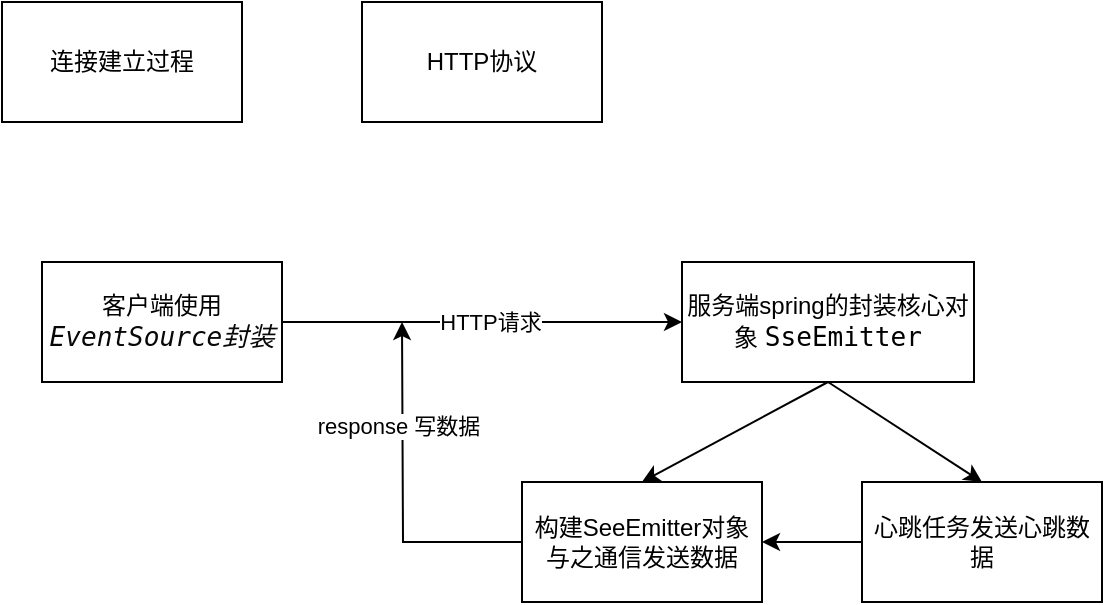
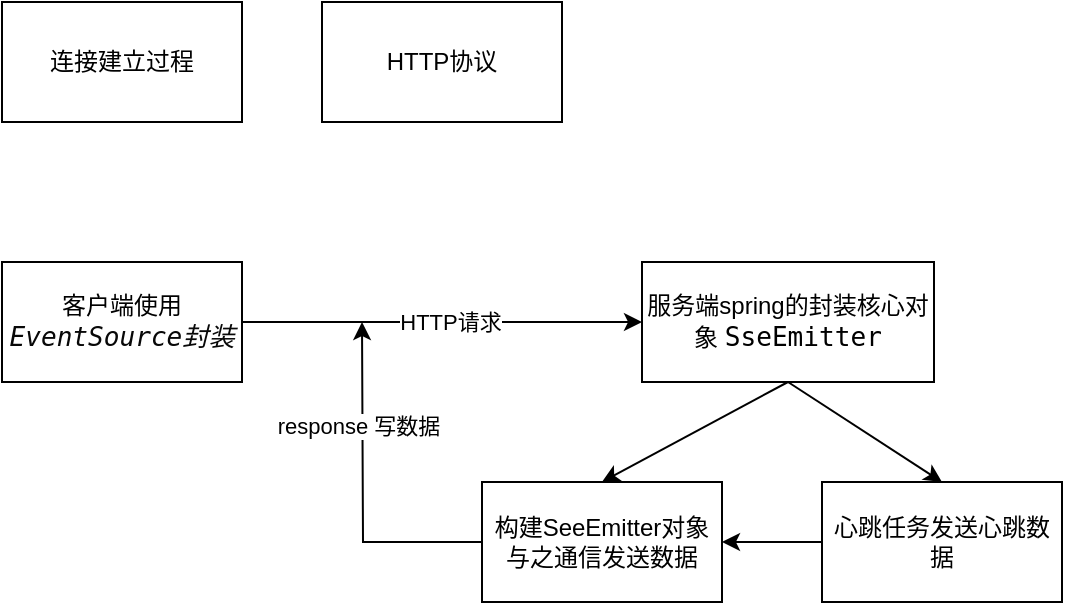
<mxfile host="app.diagrams.net" pages="2">
  <diagram name="建立连接的过程" id="Z0nCY8WnPLLID1KhRkW9">
    <mxGraphModel dx="846" dy="558" grid="1" gridSize="10" guides="1" tooltips="1" connect="1" arrows="1" fold="1" page="1" pageScale="1" pageWidth="827" pageHeight="1169" math="0" shadow="0">
      <root>
        <mxCell id="0" />
        <mxCell id="1" parent="0" />
        <mxCell id="YDfg_1_I26u9zGGTVFdC-1" parent="1" style="rounded=0;whiteSpace=wrap;html=1;" value="HTTP协议" vertex="1">
          <mxGeometry height="60" width="120" x="300" y="240" as="geometry" />
        </mxCell>
        <mxCell id="YDfg_1_I26u9zGGTVFdC-2" parent="1" style="rounded=0;whiteSpace=wrap;html=1;" value="连接建立过程" vertex="1">
-           <mxGeometry height="60" width="120" x="120" y="240" as="geometry" />
+           <mxGeometry height="60" width="120" x="140" y="240" as="geometry" />
        </mxCell>
        <mxCell id="pvzRBFMtuWizGzjMWE46-4" edge="1" parent="1" source="YDfg_1_I26u9zGGTVFdC-8" style="rounded=0;orthogonalLoop=1;jettySize=auto;html=1;exitX=0.5;exitY=1;exitDx=0;exitDy=0;entryX=0.5;entryY=0;entryDx=0;entryDy=0;" target="pvzRBFMtuWizGzjMWE46-2">
          <mxGeometry relative="1" as="geometry" />
        </mxCell>
        <mxCell id="pvzRBFMtuWizGzjMWE46-5" edge="1" parent="1" source="YDfg_1_I26u9zGGTVFdC-8" style="rounded=0;orthogonalLoop=1;jettySize=auto;html=1;exitX=0.5;exitY=1;exitDx=0;exitDy=0;entryX=0.5;entryY=0;entryDx=0;entryDy=0;" target="pvzRBFMtuWizGzjMWE46-3">
          <mxGeometry relative="1" as="geometry" />
        </mxCell>
        <mxCell id="YDfg_1_I26u9zGGTVFdC-8" parent="1" style="rounded=0;whiteSpace=wrap;html=1;" value="服务端spring的封装核心对象&amp;nbsp;&lt;span style=&quot;background-color: rgb(255, 255, 255); font-family: &amp;quot;JetBrains Mono&amp;quot;, monospace; font-size: 9.8pt;&quot;&gt;SseEmitter&lt;/span&gt;" vertex="1">
          <mxGeometry height="60" width="146" x="460" y="370" as="geometry" />
        </mxCell>
        <mxCell id="YDfg_1_I26u9zGGTVFdC-10" edge="1" parent="1" source="YDfg_1_I26u9zGGTVFdC-9" style="edgeStyle=orthogonalEdgeStyle;rounded=0;orthogonalLoop=1;jettySize=auto;html=1;exitX=1;exitY=0.5;exitDx=0;exitDy=0;" target="YDfg_1_I26u9zGGTVFdC-8">
          <mxGeometry relative="1" as="geometry" />
        </mxCell>
        <mxCell id="pvzRBFMtuWizGzjMWE46-1" connectable="0" parent="YDfg_1_I26u9zGGTVFdC-10" style="edgeLabel;html=1;align=center;verticalAlign=middle;resizable=0;points=[];" value="HTTP请求" vertex="1">
          <mxGeometry relative="1" x="0.0345" as="geometry">
            <mxPoint as="offset" />
          </mxGeometry>
        </mxCell>
        <mxCell id="YDfg_1_I26u9zGGTVFdC-9" parent="1" style="rounded=0;whiteSpace=wrap;html=1;" value="客户端使用&lt;span style=&quot;font-style: italic; background-color: rgb(255, 255, 255); color: rgb(8, 8, 8); font-family: &amp;quot;JetBrains Mono&amp;quot;, monospace; font-size: 9.8pt;&quot;&gt;EventSource封装&lt;/span&gt;" vertex="1">
          <mxGeometry height="60" width="120" x="140" y="370" as="geometry" />
        </mxCell>
        <mxCell id="pvzRBFMtuWizGzjMWE46-6" edge="1" parent="1" source="pvzRBFMtuWizGzjMWE46-2" style="edgeStyle=orthogonalEdgeStyle;rounded=0;orthogonalLoop=1;jettySize=auto;html=1;exitX=0;exitY=0.5;exitDx=0;exitDy=0;">
          <mxGeometry relative="1" as="geometry">
            <mxPoint x="320" y="400" as="targetPoint" />
          </mxGeometry>
        </mxCell>
        <mxCell id="pvzRBFMtuWizGzjMWE46-8" connectable="0" parent="pvzRBFMtuWizGzjMWE46-6" style="edgeLabel;html=1;align=center;verticalAlign=middle;resizable=0;points=[];" value="response 写数据" vertex="1">
          <mxGeometry relative="1" x="0.3882" y="2" as="geometry">
            <mxPoint as="offset" />
          </mxGeometry>
        </mxCell>
        <mxCell id="pvzRBFMtuWizGzjMWE46-2" parent="1" style="rounded=0;whiteSpace=wrap;html=1;" value="构建SeeEmitter对象与之通信发送数据" vertex="1">
          <mxGeometry height="60" width="120" x="380" y="480" as="geometry" />
        </mxCell>
        <mxCell id="pvzRBFMtuWizGzjMWE46-7" edge="1" parent="1" source="pvzRBFMtuWizGzjMWE46-3" style="edgeStyle=orthogonalEdgeStyle;rounded=0;orthogonalLoop=1;jettySize=auto;html=1;exitX=0;exitY=0.5;exitDx=0;exitDy=0;entryX=1;entryY=0.5;entryDx=0;entryDy=0;" target="pvzRBFMtuWizGzjMWE46-2">
          <mxGeometry relative="1" as="geometry" />
        </mxCell>
        <mxCell id="pvzRBFMtuWizGzjMWE46-3" parent="1" style="rounded=0;whiteSpace=wrap;html=1;" value="心跳任务发送心跳数据" vertex="1">
          <mxGeometry height="60" width="120" x="550" y="480" as="geometry" />
        </mxCell>
      </root>
    </mxGraphModel>
  </diagram>
  <diagram id="j5rDD0lte_rDjMDCLVnT" name="数据发送过程">
    <mxGraphModel dx="846" dy="558" grid="1" gridSize="10" guides="1" tooltips="1" connect="1" arrows="1" fold="1" page="1" pageScale="1" pageWidth="827" pageHeight="1169" math="0" shadow="0">
      <root>
        <mxCell id="0" />
        <mxCell id="1" parent="0" />
        <mxCell id="sTBZ4vp2YK0A31wFdoy9-1" edge="1" parent="1" source="sTBZ4vp2YK0A31wFdoy9-3" style="edgeStyle=orthogonalEdgeStyle;rounded=0;orthogonalLoop=1;jettySize=auto;html=1;exitX=1;exitY=0.5;exitDx=0;exitDy=0;" target="sTBZ4vp2YK0A31wFdoy9-4">
          <mxGeometry relative="1" as="geometry" />
        </mxCell>
        <mxCell id="sTBZ4vp2YK0A31wFdoy9-2" edge="1" parent="1" source="sTBZ4vp2YK0A31wFdoy9-3" style="edgeStyle=orthogonalEdgeStyle;rounded=0;orthogonalLoop=1;jettySize=auto;html=1;exitX=1;exitY=0.5;exitDx=0;exitDy=0;entryX=0;entryY=0.5;entryDx=0;entryDy=0;" target="sTBZ4vp2YK0A31wFdoy9-5">
          <mxGeometry relative="1" as="geometry" />
        </mxCell>
        <mxCell id="sTBZ4vp2YK0A31wFdoy9-3" parent="1" style="rounded=0;whiteSpace=wrap;html=1;" value="数据发送过程" vertex="1">
          <mxGeometry height="60" width="120" x="170" y="200" as="geometry" />
        </mxCell>
        <mxCell id="eIKni5YYyoGRDZSnx1Pt-2" edge="1" parent="1" source="sTBZ4vp2YK0A31wFdoy9-4" style="edgeStyle=entityRelationEdgeStyle;rounded=0;orthogonalLoop=1;jettySize=auto;html=1;" target="eIKni5YYyoGRDZSnx1Pt-1" value="">
          <mxGeometry relative="1" as="geometry" />
        </mxCell>
        <mxCell id="sTBZ4vp2YK0A31wFdoy9-4" parent="1" style="rounded=0;whiteSpace=wrap;html=1;" value="定向发送" vertex="1">
          <mxGeometry height="60" width="120" x="400" y="160" as="geometry" />
        </mxCell>
        <mxCell id="8uxR478LrZxem4Ax3EI1-1" edge="1" parent="1" source="sTBZ4vp2YK0A31wFdoy9-5" style="edgeStyle=entityRelationEdgeStyle;rounded=0;orthogonalLoop=1;jettySize=auto;html=1;exitX=1;exitY=0.5;exitDx=0;exitDy=0;entryX=0;entryY=0.5;entryDx=0;entryDy=0;" target="eIKni5YYyoGRDZSnx1Pt-1">
          <mxGeometry relative="1" as="geometry" />
        </mxCell>
        <mxCell id="sTBZ4vp2YK0A31wFdoy9-5" parent="1" style="rounded=0;whiteSpace=wrap;html=1;" value="广播数据" vertex="1">
          <mxGeometry height="60" width="120" x="400" y="260" as="geometry" />
        </mxCell>
        <mxCell id="8uxR478LrZxem4Ax3EI1-3" edge="1" parent="1" source="eIKni5YYyoGRDZSnx1Pt-1" style="edgeStyle=orthogonalEdgeStyle;rounded=0;orthogonalLoop=1;jettySize=auto;html=1;" target="8uxR478LrZxem4Ax3EI1-2" value="">
          <mxGeometry relative="1" as="geometry" />
        </mxCell>
        <mxCell id="eIKni5YYyoGRDZSnx1Pt-1" parent="1" style="whiteSpace=wrap;html=1;rounded=0;" value="&lt;span style=&quot;font-family: &amp;quot;JetBrains Mono&amp;quot;, monospace; font-size: 13.0667px; background-color: rgb(255, 255, 255);&quot;&gt;SseEmitter进行send&lt;/span&gt;" vertex="1">
          <mxGeometry height="60" width="120" x="600" y="210" as="geometry" />
        </mxCell>
        <mxCell id="8uxR478LrZxem4Ax3EI1-2" parent="1" style="rounded=0;whiteSpace=wrap;html=1;" value="最终还是调用http的response(OutputStream)的write方法进行数据发送" vertex="1">
          <mxGeometry height="60" width="170" x="575" y="350" as="geometry" />
        </mxCell>
      </root>
    </mxGraphModel>
  </diagram>
</mxfile>
